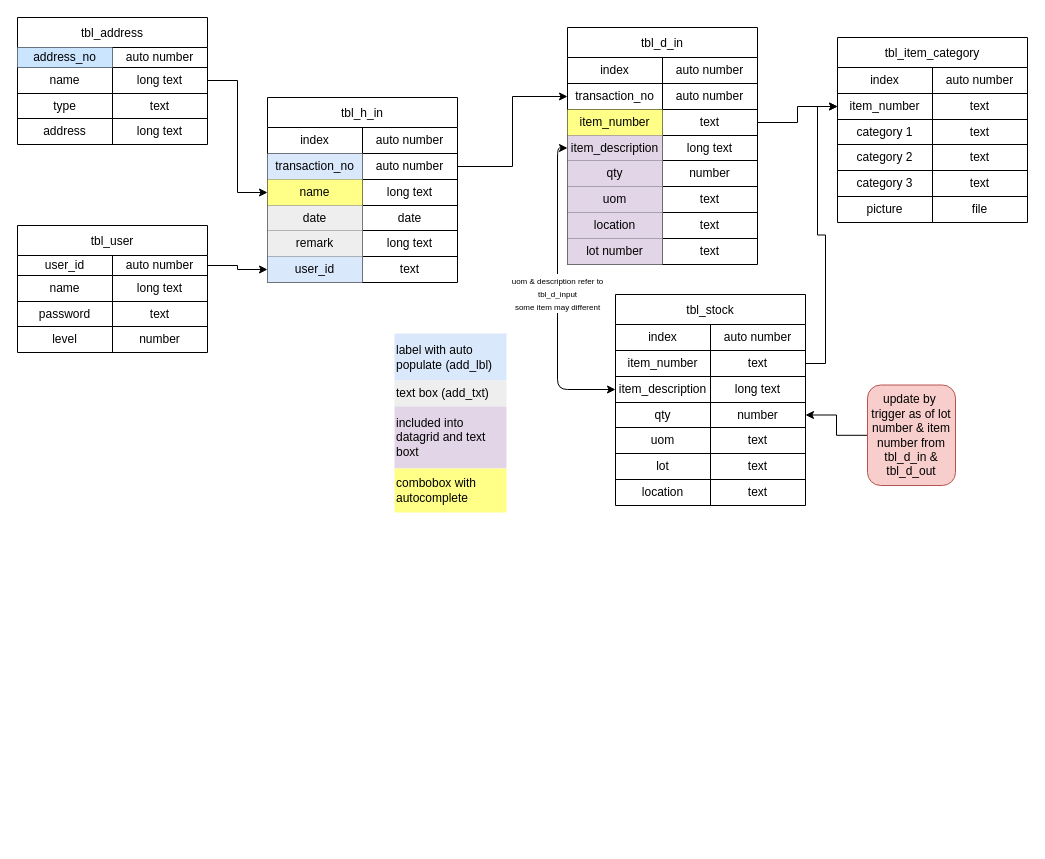
enopandio/diagram keeps this draw.io diagram as Warehouse.drawio. Above is the earlier version. Source tidied: cells renumbered, new cells numbered last; positions are measured from the earlier drawing's top-left corner, leaving out a move shared by most shapes. Both pictures are drawn from the tidied source at 100%, with x=0, y=0 at pixel (17, 17).
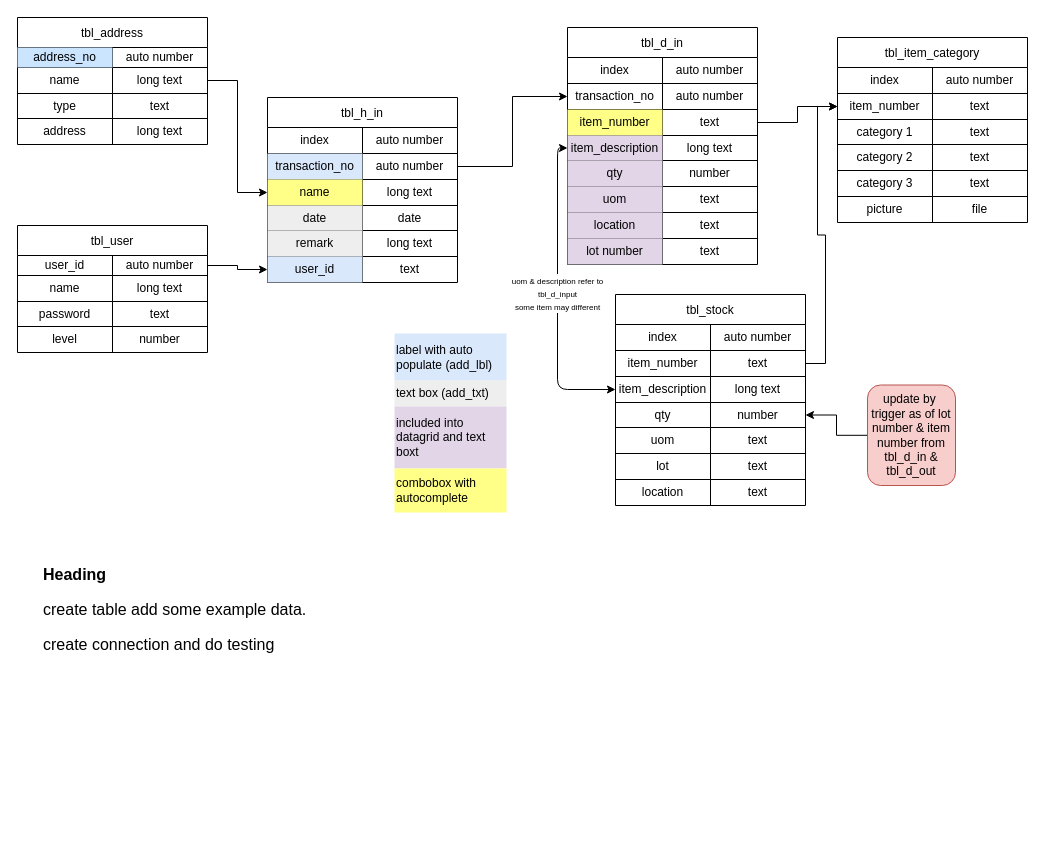
The same page after the edit.

What changed in the source:
```diff
@@
+    <mxCell id="125" value="&lt;h1 style=&quot;font-size: 16px&quot;&gt;Heading&lt;/h1&gt;&lt;p style=&quot;font-size: 16px&quot;&gt;create table add some example data.&lt;/p&gt;&lt;p style=&quot;font-size: 16px&quot;&gt;create connection and do testing&lt;/p&gt;" style="text;html=1;strokeColor=none;fillColor=none;spacing=5;spacingTop=-20;whiteSpace=wrap;overflow=hidden;rounded=0;fontSize=16;" parent="1" vertex="1">
+      <mxGeometry x="21" y="547" width="974" height="277" as="geometry" />
+    </mxCell>
```
